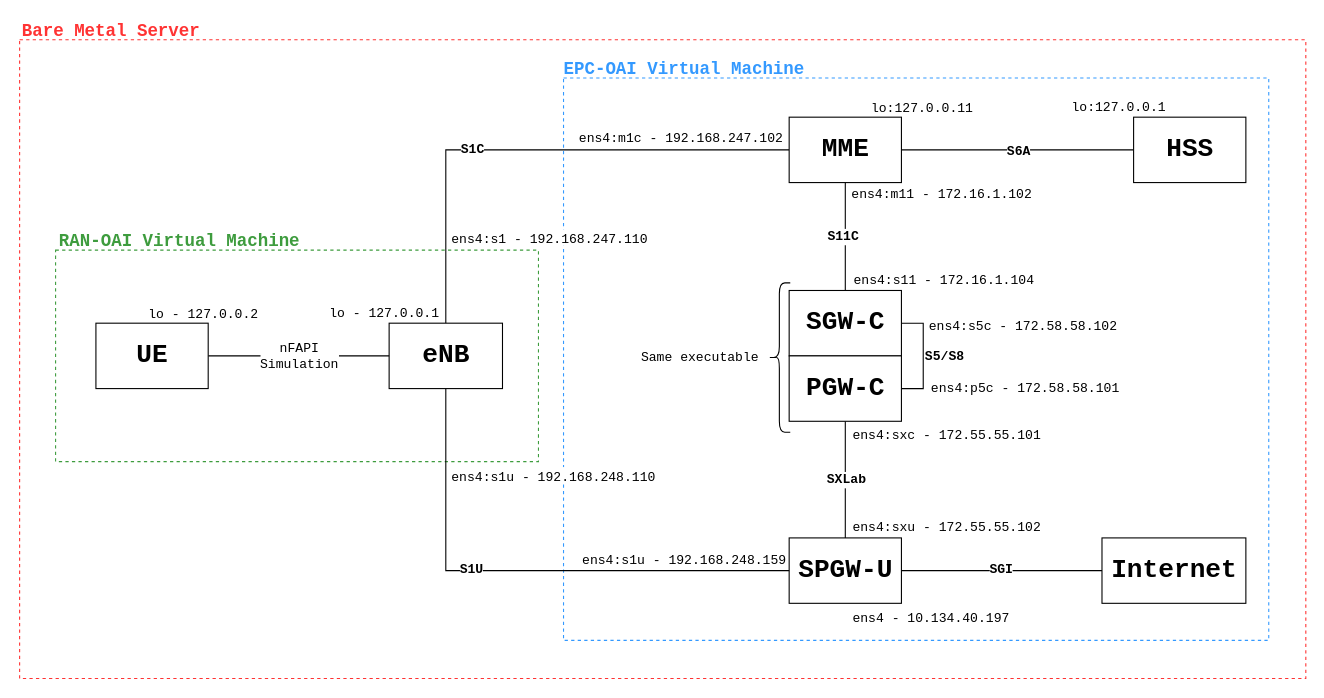
Before: docs/EPC-RAN_Connection.drawio in jrmejiaa/oai_core, a draw.io diagram. Source tidied: cells renumbered, new cells numbered last; positions are measured from the earlier drawing's top-left corner, leaving out a move shared by most shapes. Both pictures are drawn from the tidied source at 109%, with x=0, y=0 at pixel (20, 19).
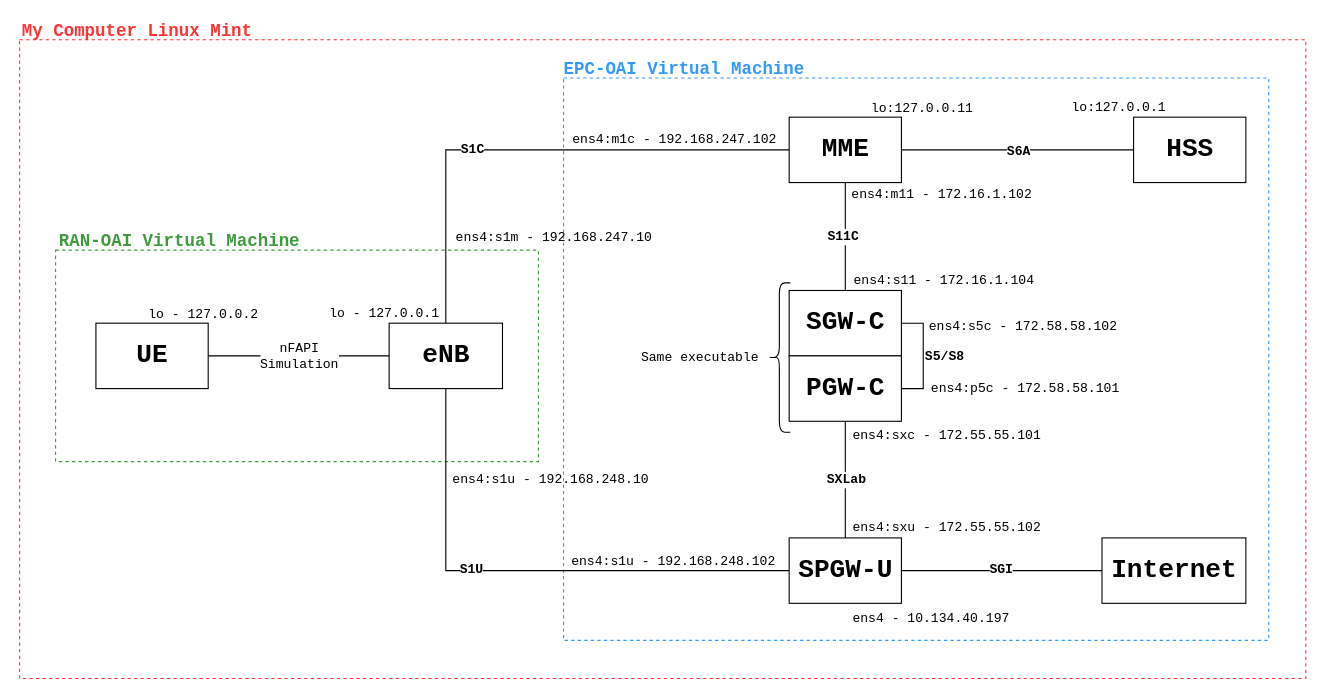
Above is the later version.

Diff of the diagram source:
```diff
@@
-    <mxCell id="37" value="ens4:m1c - 192.168.247.102" style="text;html=1;align=left;verticalAlign=top;spacingTop=-4;fontFamily=Courier New;" parent="1" vertex="1">
-      <mxGeometry x="510.5" y="100" width="164" height="15" as="geometry" />
-    </mxCell>
-    <mxCell id="38" value="ens4:s1u -&amp;nbsp;192.168.248.159" style="text;html=1;align=left;verticalAlign=top;spacingTop=-4;fontFamily=Courier New;" parent="1" vertex="1">
-      <mxGeometry x="513.5" y="487" width="160" height="15" as="geometry" />
-    </mxCell>
@@
-    <mxCell id="46" value="Bare Metal Server" style="text;html=1;align=left;verticalAlign=top;spacingTop=-4;fontFamily=Courier New;fontStyle=1;fontColor=#FF3333;fontSize=16;" parent="1" vertex="1">
-      <mxGeometry x="-0.5" width="174" height="20" as="geometry" />
+    <mxCell id="46" value="My Computer Linux Mint" style="text;html=1;align=left;verticalAlign=top;spacingTop=-4;fontFamily=Courier New;fontStyle=1;fontColor=#FF3333;fontSize=16;" parent="1" vertex="1">
+      <mxGeometry x="-0.5" width="222" height="20" as="geometry" />
     </mxCell>
-    <mxCell id="47" value="ens4:s1u - 192.168.248.110" style="text;html=1;align=left;verticalAlign=top;spacingTop=-4;fontFamily=Courier New;fillColor=#ffffff;" parent="1" vertex="1">
-      <mxGeometry x="394" y="411" width="198" height="15" as="geometry" />
-    </mxCell>
-    <mxCell id="48" value="ens4:s1 - 192.168.247.110" style="text;html=1;align=left;verticalAlign=top;spacingTop=-4;fontFamily=Courier New;fillColor=#ffffff;" parent="1" vertex="1">
-      <mxGeometry x="394" y="193" width="191" height="15" as="geometry" />
-    </mxCell>
+    <mxCell id="37" value="ens4:m1c -&amp;nbsp;192.168.247.102" style="text;html=1;align=left;verticalAlign=top;spacingTop=-4;fontFamily=Courier New;" parent="1" vertex="1">
+      <mxGeometry x="505" y="101" width="198" height="15" as="geometry" />
+    </mxCell>
+    <mxCell id="49" value="ens4:s1u -&amp;nbsp;192.168.248.102" style="text;html=1;align=left;verticalAlign=top;spacingTop=-4;fontFamily=Courier New;" parent="1" vertex="1">
+      <mxGeometry x="504" y="488" width="198" height="15" as="geometry" />
+    </mxCell>
+    <mxCell id="50" value="ens4:s1m -&amp;nbsp;192.168.247.10" style="text;html=1;align=left;verticalAlign=top;spacingTop=-4;fontFamily=Courier New;" parent="1" vertex="1">
+      <mxGeometry x="398" y="191" width="191" height="15" as="geometry" />
+    </mxCell>
+    <mxCell id="51" value="ens4:s1u -&amp;nbsp;192.168.248.10" style="text;html=1;align=left;verticalAlign=top;spacingTop=-4;fontFamily=Courier New;" parent="1" vertex="1">
+      <mxGeometry x="395" y="413" width="191" height="15" as="geometry" />
+    </mxCell>
```
